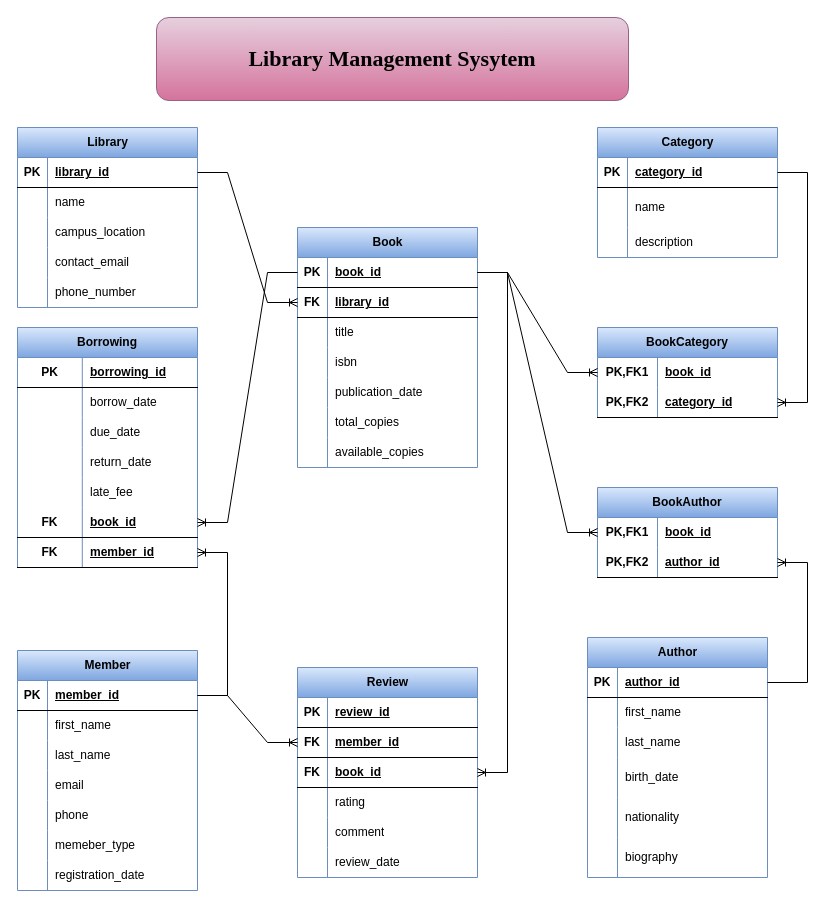
Above: phase1-sql/ERD.drawio.xml in Sheikhsy/Library-Management-System (draw.io), before the change. Source tidied: cells renumbered, new cells numbered last; positions are measured from the earlier drawing's top-left corner, leaving out a move shared by most shapes. Both pictures are drawn from the tidied source at 100%, with x=0, y=0 at pixel (-133, 17).
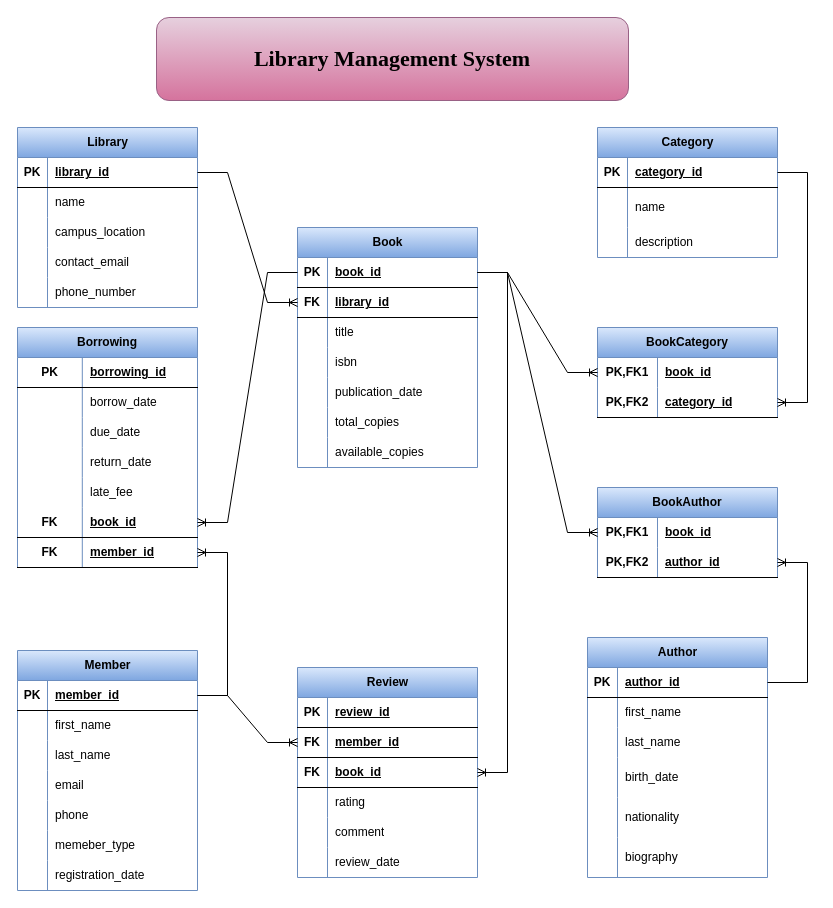
The same diagram, later.

Commit message:
XML file for further modification

Change to the diagram source:
```diff
@@
-    <mxCell id="155" value="&lt;b&gt;&lt;font style=&quot;font-size: 22px;&quot; face=&quot;Times New Roman&quot;&gt;Library Management Sysytem&lt;/font&gt;&lt;/b&gt;" style="rounded=1;whiteSpace=wrap;html=1;fillColor=#e6d0de;gradientColor=#d5739d;strokeColor=#996185;" parent="1" vertex="1">
+    <mxCell id="155" value="&lt;b&gt;&lt;font style=&quot;font-size: 22px;&quot; face=&quot;Times New Roman&quot;&gt;Library Management System&lt;/font&gt;&lt;/b&gt;" style="rounded=1;whiteSpace=wrap;html=1;fillColor=#e6d0de;gradientColor=#d5739d;strokeColor=#996185;" parent="1" vertex="1">
       <mxGeometry x="289" width="472" height="83" as="geometry" />
     </mxCell>
```
